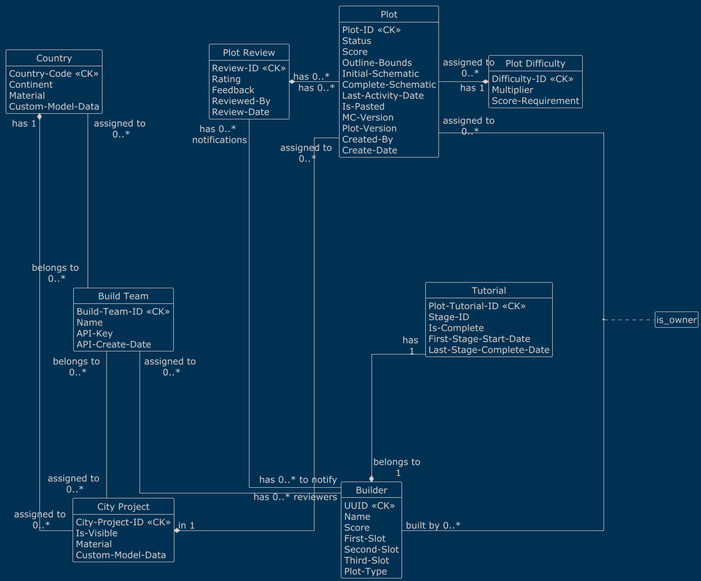
Earlier version of the PlantUML export conceptual-db.png (AlpsBTE/Plot-System-DB).
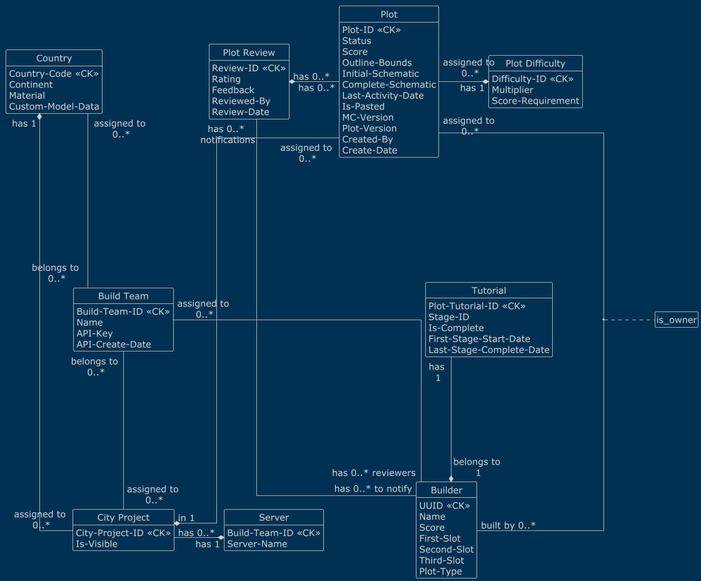
After the commit.

Diff of the diagram source:
```diff
@@ -16,6 +16,11 @@
     API-Create-Date
 }
 
+entity "Server" as server {
+    Build-Team-ID <<CK>>
+    Server-Name
+}
+
 entity "Country" as country {
     Country-Code <<CK>>
     Continent
@@ -26,8 +31,6 @@
 entity "City Project" as city_project {
     City-Project-ID <<CK>>
     Is-Visible
-    Material
-    Custom-Model-Data
 }
 
 entity "Builder" as builder {
@@ -83,6 +86,7 @@
 plot_review "has 0..*\n notifications" -- "has 0..* to notify" builder
 plot_review "has 0..*" *- "has 0..*" plot
 
+server "has 1" *--left- "has 0..*" city_project
 country "has 1" *-- "assigned to \n0..*" city_project
 
 plot "assigned to\n 0..*" -- "built by 0..*" builder
```
